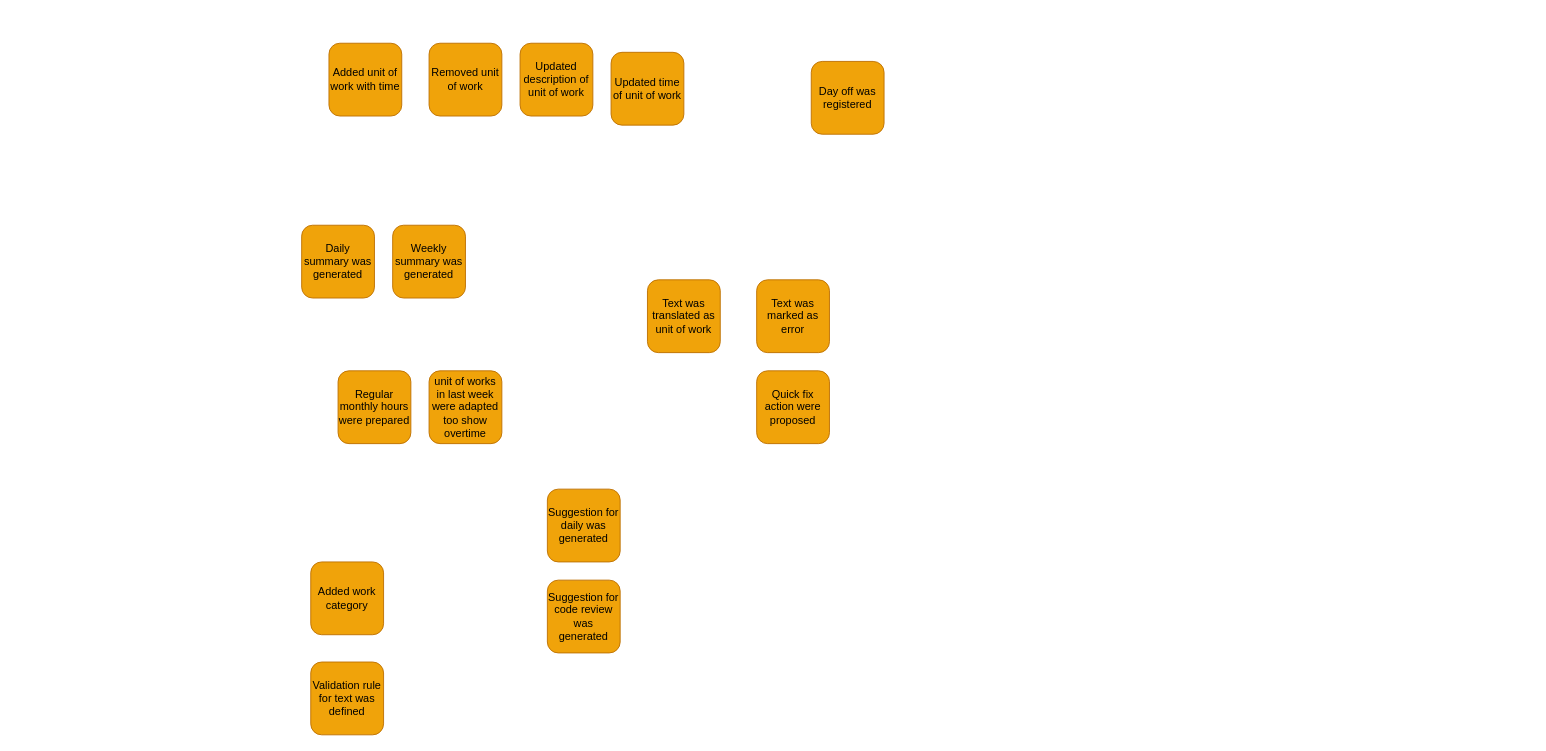
Above: events.drawio in jborkows/tsf-lsp (draw.io), before the change. Source tidied: cells renumbered, new cells numbered last; positions are measured from the earlier drawing's top-left corner, leaving out a move shared by most shapes. Both pictures are drawn from the tidied source at 91%, with x=0, y=0 at pixel (301, 43).
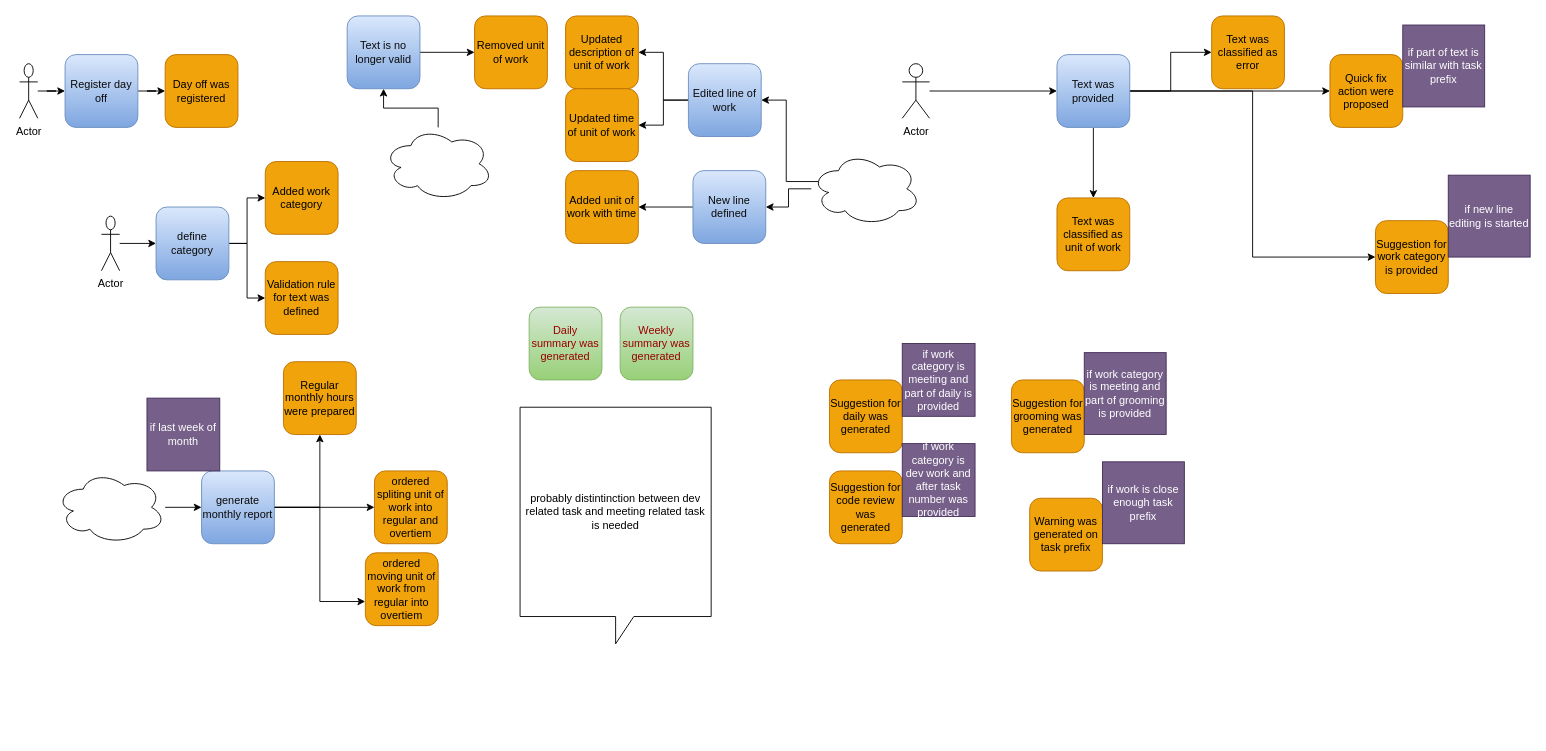
The same page after the edit.

Commit message:
add commands and views

Diff of the diagram source:
```diff
@@
     <mxCell id="2" value="Added work category" style="whiteSpace=wrap;html=1;fillColor=#f0a30a;fontColor=#000000;strokeColor=#BD7000;rounded=1;" parent="1" vertex="1">
-      <mxGeometry x="10" y="570" width="80" height="80" as="geometry" />
+      <mxGeometry x="-40" y="130" width="80" height="80" as="geometry" />
     </mxCell>
     <mxCell id="3" value="Added unit of work with time" style="whiteSpace=wrap;html=1;fillColor=#f0a30a;fontColor=#000000;strokeColor=#BD7000;rounded=1;" parent="1" vertex="1">
-      <mxGeometry x="30" width="80" height="80" as="geometry" />
+      <mxGeometry x="290" y="140" width="80" height="80" as="geometry" />
     </mxCell>
     <mxCell id="4" value="Removed unit of work" style="whiteSpace=wrap;html=1;fillColor=#f0a30a;fontColor=#000000;strokeColor=#BD7000;rounded=1;" parent="1" vertex="1">
-      <mxGeometry x="140" width="80" height="80" as="geometry" />
+      <mxGeometry x="190" y="-30" width="80" height="80" as="geometry" />
     </mxCell>
     <mxCell id="5" value="Updated description of unit of work" style="whiteSpace=wrap;html=1;fillColor=#f0a30a;fontColor=#000000;strokeColor=#BD7000;rounded=1;" parent="1" vertex="1">
-      <mxGeometry x="240" width="80" height="80" as="geometry" />
+      <mxGeometry x="290" y="-30" width="80" height="80" as="geometry" />
     </mxCell>
     <mxCell id="6" value="Updated time of unit of work" style="whiteSpace=wrap;html=1;fillColor=#f0a30a;fontColor=#000000;strokeColor=#BD7000;rounded=1;" parent="1" vertex="1">
-      <mxGeometry x="340" y="10" width="80" height="80" as="geometry" />
+      <mxGeometry x="290" y="50" width="80" height="80" as="geometry" />
     </mxCell>
-    <mxCell id="7" value="Daily summary was generated" style="whiteSpace=wrap;html=1;fillColor=#f0a30a;fontColor=#000000;strokeColor=#BD7000;rounded=1;" parent="1" vertex="1">
-      <mxGeometry y="200" width="80" height="80" as="geometry" />
+    <mxCell id="7" value="Daily summary was generated" style="whiteSpace=wrap;html=1;fillColor=#d5e8d4;strokeColor=#82b366;rounded=1;labelBackgroundColor=none;gradientColor=#97d077;fontColor=#990000;" parent="1" vertex="1">
+      <mxGeometry x="250" y="290" width="80" height="80" as="geometry" />
     </mxCell>
-    <mxCell id="8" value="Weekly summary was generated" style="whiteSpace=wrap;html=1;fillColor=#f0a30a;fontColor=#000000;strokeColor=#BD7000;rounded=1;" parent="1" vertex="1">
-      <mxGeometry x="100" y="200" width="80" height="80" as="geometry" />
+    <mxCell id="8" value="Weekly summary was generated" style="whiteSpace=wrap;html=1;fillColor=#d5e8d4;strokeColor=#82b366;rounded=1;gradientColor=#97d077;fontColor=#990000;" parent="1" vertex="1">
+      <mxGeometry x="350" y="290" width="80" height="80" as="geometry" />
     </mxCell>
     <mxCell id="9" value="Day off was registered" style="whiteSpace=wrap;html=1;fillColor=#f0a30a;fontColor=#000000;strokeColor=#BD7000;rounded=1;" parent="1" vertex="1">
-      <mxGeometry x="560" y="20" width="80" height="80" as="geometry" />
+      <mxGeometry x="-150" y="12.5" width="80" height="80" as="geometry" />
     </mxCell>
-    <mxCell id="10" value="Text was translated&lt;span style=&quot;background-color: initial;&quot;&gt;&amp;nbsp;as unit of work&lt;/span&gt;" style="whiteSpace=wrap;html=1;fillColor=#f0a30a;fontColor=#000000;strokeColor=#BD7000;rounded=1;" parent="1" vertex="1">
-      <mxGeometry x="380" y="260" width="80" height="80" as="geometry" />
+    <mxCell id="10" value="Text was classified&lt;span style=&quot;background-color: initial;&quot;&gt;&amp;nbsp;as unit of work&lt;/span&gt;" style="whiteSpace=wrap;html=1;fillColor=#f0a30a;fontColor=#000000;strokeColor=#BD7000;rounded=1;" parent="1" vertex="1">
+      <mxGeometry x="830" y="170" width="80" height="80" as="geometry" />
     </mxCell>
-    <mxCell id="11" value="Text was marked as error" style="whiteSpace=wrap;html=1;fillColor=#f0a30a;fontColor=#000000;strokeColor=#BD7000;rounded=1;" parent="1" vertex="1">
-      <mxGeometry x="500" y="260" width="80" height="80" as="geometry" />
+    <mxCell id="11" value="Text was classified as error" style="whiteSpace=wrap;html=1;fillColor=#f0a30a;fontColor=#000000;strokeColor=#BD7000;rounded=1;" parent="1" vertex="1">
+      <mxGeometry x="1000" y="-30" width="80" height="80" as="geometry" />
     </mxCell>
     <mxCell id="12" value="Quick fix action were proposed" style="whiteSpace=wrap;html=1;fillColor=#f0a30a;fontColor=#000000;strokeColor=#BD7000;rounded=1;" parent="1" vertex="1">
-      <mxGeometry x="500" y="360" width="80" height="80" as="geometry" />
+      <mxGeometry x="1130" y="12.5" width="80" height="80" as="geometry" />
     </mxCell>
     <mxCell id="13" value="Regular monthly hours were prepared" style="whiteSpace=wrap;html=1;fillColor=#f0a30a;fontColor=#000000;strokeColor=#BD7000;rounded=1;" parent="1" vertex="1">
-      <mxGeometry x="40" y="360" width="80" height="80" as="geometry" />
+      <mxGeometry x="-20" y="350" width="80" height="80" as="geometry" />
     </mxCell>
-    <mxCell id="14" value="unit of works in last week were adapted too show overtime" style="whiteSpace=wrap;html=1;fillColor=#f0a30a;fontColor=#000000;strokeColor=#BD7000;rounded=1;" parent="1" vertex="1">
-      <mxGeometry x="140" y="360" width="80" height="80" as="geometry" />
+    <mxCell id="14" value="ordered spliting unit of work into regular and overtiem" style="whiteSpace=wrap;html=1;fillColor=#f0a30a;fontColor=#000000;strokeColor=#BD7000;rounded=1;" parent="1" vertex="1">
+      <mxGeometry x="80" y="470" width="80" height="80" as="geometry" />
     </mxCell>
     <mxCell id="15" value="Validation rule for text was defined" style="whiteSpace=wrap;html=1;fillColor=#f0a30a;fontColor=#000000;strokeColor=#BD7000;rounded=1;" parent="1" vertex="1">
-      <mxGeometry x="10" y="680" width="80" height="80" as="geometry" />
+      <mxGeometry x="-40" y="240" width="80" height="80" as="geometry" />
     </mxCell>
     <mxCell id="16" value="Suggestion for daily was generated" style="whiteSpace=wrap;html=1;fillColor=#f0a30a;fontColor=#000000;strokeColor=#BD7000;rounded=1;" parent="1" vertex="1">
-      <mxGeometry x="270" y="490" width="80" height="80" as="geometry" />
+      <mxGeometry x="580" y="370" width="80" height="80" as="geometry" />
     </mxCell>
     <mxCell id="17" value="Suggestion for code review was generated" style="whiteSpace=wrap;html=1;fillColor=#f0a30a;fontColor=#000000;strokeColor=#BD7000;rounded=1;" parent="1" vertex="1">
-      <mxGeometry x="270" y="590" width="80" height="80" as="geometry" />
+      <mxGeometry x="580" y="470" width="80" height="80" as="geometry" />
     </mxCell>
+    <mxCell id="18" value="if work category is meeting and part of daily is provided" style="whiteSpace=wrap;html=1;fillColor=#76608a;fontColor=#ffffff;strokeColor=#432D57;" parent="1" vertex="1">
+      <mxGeometry x="660" y="330" width="80" height="80" as="geometry" />
+    </mxCell>
+    <mxCell id="19" value="Suggestion for grooming was generated" style="whiteSpace=wrap;html=1;fillColor=#f0a30a;fontColor=#000000;strokeColor=#BD7000;rounded=1;" parent="1" vertex="1">
+      <mxGeometry x="780" y="370" width="80" height="80" as="geometry" />
+    </mxCell>
+    <mxCell id="20" value="if work category is meeting and part of grooming is provided" style="whiteSpace=wrap;html=1;fillColor=#76608a;fontColor=#ffffff;strokeColor=#432D57;" parent="1" vertex="1">
+      <mxGeometry x="860" y="340" width="90" height="90" as="geometry" />
+    </mxCell>
+    <mxCell id="21" value="Suggestion for work category is provided" style="whiteSpace=wrap;html=1;fillColor=#f0a30a;fontColor=#000000;strokeColor=#BD7000;rounded=1;" parent="1" vertex="1">
+      <mxGeometry x="1180" y="195" width="80" height="80" as="geometry" />
+    </mxCell>
+    <mxCell id="22" value="if new line editing is started" style="whiteSpace=wrap;html=1;fillColor=#76608a;fontColor=#ffffff;strokeColor=#432D57;" parent="1" vertex="1">
+      <mxGeometry x="1260" y="145" width="90" height="90" as="geometry" />
+    </mxCell>
+    <mxCell id="23" value="if work category is dev work and after task number was provided" style="whiteSpace=wrap;html=1;fillColor=#76608a;fontColor=#ffffff;strokeColor=#432D57;" parent="1" vertex="1">
+      <mxGeometry x="660" y="440" width="80" height="80" as="geometry" />
+    </mxCell>
+    <mxCell id="24" value="if part of text is similar with task prefix" style="whiteSpace=wrap;html=1;fillColor=#76608a;fontColor=#ffffff;strokeColor=#432D57;" parent="1" vertex="1">
+      <mxGeometry x="1210" y="-20" width="90" height="90" as="geometry" />
+    </mxCell>
+    <mxCell id="25" style="edgeStyle=orthogonalEdgeStyle;rounded=0;jettySize=auto;html=1;entryX=0.5;entryY=0;entryDx=0;entryDy=0;" parent="1" edge="1" source="29" target="10">
+      <mxGeometry relative="1" as="geometry" />
+    </mxCell>
+    <mxCell id="26" style="edgeStyle=orthogonalEdgeStyle;rounded=0;jettySize=auto;html=1;entryX=0;entryY=0.5;entryDx=0;entryDy=0;" parent="1" edge="1" source="29" target="12">
+      <mxGeometry relative="1" as="geometry" />
+    </mxCell>
+    <mxCell id="27" style="edgeStyle=orthogonalEdgeStyle;rounded=0;jettySize=auto;html=1;entryX=0;entryY=0.5;entryDx=0;entryDy=0;" parent="1" edge="1" source="29" target="11">
+      <mxGeometry relative="1" as="geometry" />
+    </mxCell>
+    <mxCell id="28" style="edgeStyle=orthogonalEdgeStyle;rounded=0;jettySize=auto;html=1;entryX=0;entryY=0.5;entryDx=0;entryDy=0;" parent="1" edge="1" source="29" target="21">
+      <mxGeometry relative="1" as="geometry" />
+    </mxCell>
+    <mxCell id="29" value="Text was provided" style="whiteSpace=wrap;html=1;fillColor=#dae8fc;strokeColor=#6c8ebf;rounded=1;gradientColor=#7ea6e0;fontColor=#0A0A0A;" parent="1" vertex="1">
+      <mxGeometry x="830" y="12.5" width="80" height="80" as="geometry" />
+    </mxCell>
+    <mxCell id="30" style="edgeStyle=orthogonalEdgeStyle;rounded=0;jettySize=auto;html=1;" parent="1" edge="1" source="31" target="29">
+      <mxGeometry relative="1" as="geometry" />
+    </mxCell>
+    <mxCell id="31" value="Actor" style="shape=umlActor;verticalLabelPosition=bottom;verticalAlign=top;html=1;outlineConnect=0;" parent="1" vertex="1">
+      <mxGeometry x="660" y="22.5" width="30" height="60" as="geometry" />
+    </mxCell>
+    <mxCell id="32" style="edgeStyle=orthogonalEdgeStyle;rounded=0;jettySize=auto;html=1;entryX=0;entryY=0.5;entryDx=0;entryDy=0;" parent="1" edge="1" source="33" target="4">
+      <mxGeometry relative="1" as="geometry" />
+    </mxCell>
+    <mxCell id="33" value="Text is no longer valid" style="whiteSpace=wrap;html=1;fillColor=#dae8fc;strokeColor=#6c8ebf;rounded=1;gradientColor=#7ea6e0;fontColor=#0A0A0A;" parent="1" vertex="1">
+      <mxGeometry x="50" y="-30" width="80" height="80" as="geometry" />
+    </mxCell>
+    <mxCell id="34" style="edgeStyle=orthogonalEdgeStyle;rounded=0;jettySize=auto;html=1;entryX=1;entryY=0.5;entryDx=0;entryDy=0;" parent="1" edge="1" source="35" target="3">
+      <mxGeometry relative="1" as="geometry" />
+    </mxCell>
+    <mxCell id="35" value="New line defined" style="whiteSpace=wrap;html=1;fillColor=#dae8fc;strokeColor=#6c8ebf;rounded=1;gradientColor=#7ea6e0;fontColor=#0A0A0A;" parent="1" vertex="1">
+      <mxGeometry x="430" y="140" width="80" height="80" as="geometry" />
+    </mxCell>
+    <mxCell id="36" style="edgeStyle=orthogonalEdgeStyle;rounded=0;jettySize=auto;html=1;entryX=1;entryY=0.5;entryDx=0;entryDy=0;" parent="1" edge="1" source="38" target="6">
+      <mxGeometry relative="1" as="geometry" />
+    </mxCell>
+    <mxCell id="37" style="edgeStyle=orthogonalEdgeStyle;rounded=0;jettySize=auto;html=1;" parent="1" edge="1" source="38" target="5">
+      <mxGeometry relative="1" as="geometry" />
+    </mxCell>
+    <mxCell id="38" value="Edited line of work" style="whiteSpace=wrap;html=1;fillColor=#dae8fc;strokeColor=#6c8ebf;rounded=1;gradientColor=#7ea6e0;fontColor=#0A0A0A;" parent="1" vertex="1">
+      <mxGeometry x="425" y="22.5" width="80" height="80" as="geometry" />
+    </mxCell>
+    <mxCell id="39" style="edgeStyle=orthogonalEdgeStyle;rounded=0;jettySize=auto;html=1;" parent="1" edge="1" source="40" target="42">
+      <mxGeometry relative="1" as="geometry" />
+    </mxCell>
+    <mxCell id="40" value="Actor" style="shape=umlActor;verticalLabelPosition=bottom;verticalAlign=top;html=1;outlineConnect=0;" parent="1" vertex="1">
+      <mxGeometry x="-310" y="22.5" width="20" height="60" as="geometry" />
+    </mxCell>
+    <mxCell id="41" style="edgeStyle=orthogonalEdgeStyle;rounded=0;jettySize=auto;html=1;" parent="1" edge="1" source="42" target="9">
+      <mxGeometry relative="1" as="geometry" />
+    </mxCell>
+    <mxCell id="42" value="Register day off" style="whiteSpace=wrap;html=1;fillColor=#dae8fc;strokeColor=#6c8ebf;rounded=1;gradientColor=#7ea6e0;fontColor=#0A0A0A;" parent="1" vertex="1">
+      <mxGeometry x="-260" y="12.5" width="80" height="80" as="geometry" />
+    </mxCell>
+    <mxCell id="43" style="edgeStyle=orthogonalEdgeStyle;rounded=0;jettySize=auto;html=1;" parent="1" edge="1" source="44" target="47">
+      <mxGeometry relative="1" as="geometry" />
+    </mxCell>
+    <mxCell id="44" value="Actor" style="shape=umlActor;verticalLabelPosition=bottom;verticalAlign=top;html=1;outlineConnect=0;" parent="1" vertex="1">
+      <mxGeometry x="-220" y="190" width="20" height="60" as="geometry" />
+    </mxCell>
+    <mxCell id="45" style="edgeStyle=orthogonalEdgeStyle;rounded=0;jettySize=auto;html=1;entryX=0;entryY=0.5;entryDx=0;entryDy=0;" parent="1" edge="1" source="47" target="2">
+      <mxGeometry relative="1" as="geometry" />
+    </mxCell>
+    <mxCell id="46" style="edgeStyle=orthogonalEdgeStyle;rounded=0;jettySize=auto;html=1;exitX=1;exitY=0.5;exitDx=0;exitDy=0;entryX=0;entryY=0.5;entryDx=0;entryDy=0;" parent="1" edge="1" source="47" target="15">
+      <mxGeometry relative="1" as="geometry" />
+    </mxCell>
+    <mxCell id="47" value="define category" style="whiteSpace=wrap;html=1;fillColor=#dae8fc;strokeColor=#6c8ebf;rounded=1;gradientColor=#7ea6e0;fontColor=#0A0A0A;" parent="1" vertex="1">
+      <mxGeometry x="-160" y="180" width="80" height="80" as="geometry" />
+    </mxCell>
+    <mxCell id="48" style="edgeStyle=orthogonalEdgeStyle;rounded=0;jettySize=auto;html=1;entryX=1;entryY=0.5;entryDx=0;entryDy=0;" parent="1" edge="1" source="50" target="35">
+      <mxGeometry relative="1" as="geometry" />
+    </mxCell>
+    <mxCell id="49" style="edgeStyle=orthogonalEdgeStyle;rounded=0;jettySize=auto;html=1;exitX=0.07;exitY=0.4;exitDx=0;exitDy=0;exitPerimeter=0;entryX=1;entryY=0.5;entryDx=0;entryDy=0;" parent="1" edge="1" source="50" target="38">
+      <mxGeometry relative="1" as="geometry" />
+    </mxCell>
+    <mxCell id="50" style="ellipse;shape=cloud;whiteSpace=wrap;html=1;" parent="1" vertex="1">
+      <mxGeometry x="560" y="120" width="120" height="80" as="geometry" />
+    </mxCell>
+    <mxCell id="51" style="edgeStyle=orthogonalEdgeStyle;rounded=0;jettySize=auto;html=1;" parent="1" edge="1" source="52" target="33">
+      <mxGeometry relative="1" as="geometry" />
+    </mxCell>
+    <mxCell id="52" style="ellipse;shape=cloud;whiteSpace=wrap;html=1;" parent="1" vertex="1">
+      <mxGeometry x="90" y="92.5" width="120" height="80" as="geometry" />
+    </mxCell>
+    <mxCell id="53" style="edgeStyle=orthogonalEdgeStyle;rounded=0;jettySize=auto;html=1;" parent="1" edge="1" source="54" target="58">
+      <mxGeometry relative="1" as="geometry" />
+    </mxCell>
+    <mxCell id="54" style="ellipse;shape=cloud;whiteSpace=wrap;html=1;" parent="1" vertex="1">
+      <mxGeometry x="-270" y="470" width="120" height="80" as="geometry" />
+    </mxCell>
+    <mxCell id="55" value="ordered moving unit of work from regular into overtiem" style="whiteSpace=wrap;html=1;fillColor=#f0a30a;fontColor=#000000;strokeColor=#BD7000;rounded=1;" parent="1" vertex="1">
+      <mxGeometry x="70" y="560" width="80" height="80" as="geometry" />
+    </mxCell>
+    <mxCell id="56" style="edgeStyle=orthogonalEdgeStyle;rounded=0;jettySize=auto;html=1;" parent="1" edge="1" source="58" target="13">
+      <mxGeometry relative="1" as="geometry" />
+    </mxCell>
+    <mxCell id="57" style="edgeStyle=orthogonalEdgeStyle;rounded=0;jettySize=auto;html=1;" parent="1" edge="1" source="58" target="14">
+      <mxGeometry relative="1" as="geometry" />
+    </mxCell>
+    <mxCell id="58" value="generate monthly report" style="whiteSpace=wrap;html=1;fillColor=#dae8fc;strokeColor=#6c8ebf;rounded=1;gradientColor=#7ea6e0;fontColor=#0A0A0A;" parent="1" vertex="1">
+      <mxGeometry x="-110" y="470" width="80" height="80" as="geometry" />
+    </mxCell>
+    <mxCell id="59" style="edgeStyle=orthogonalEdgeStyle;rounded=0;jettySize=auto;html=1;entryX=-0.002;entryY=0.669;entryDx=0;entryDy=0;entryPerimeter=0;" parent="1" edge="1" source="58" target="55">
+      <mxGeometry relative="1" as="geometry" />
+    </mxCell>
+    <mxCell id="60" value="if last week of month" style="whiteSpace=wrap;html=1;fillColor=#76608a;fontColor=#ffffff;strokeColor=#432D57;" parent="1" vertex="1">
+      <mxGeometry x="-170" y="390" width="80" height="80" as="geometry" />
+    </mxCell>
+    <mxCell id="61" value="Warning was generated on task prefix" style="whiteSpace=wrap;html=1;fillColor=#f0a30a;fontColor=#000000;strokeColor=#BD7000;rounded=1;" parent="1" vertex="1">
+      <mxGeometry x="800" y="500" width="80" height="80" as="geometry" />
+    </mxCell>
+    <mxCell id="62" value="if work is close enough task prefix" style="whiteSpace=wrap;html=1;fillColor=#76608a;fontColor=#ffffff;strokeColor=#432D57;" parent="1" vertex="1">
+      <mxGeometry x="880" y="460" width="90" height="90" as="geometry" />
+    </mxCell>
+    <mxCell id="63" value="probably distintinction between dev related task and meeting related task is needed" style="shape=callout;whiteSpace=wrap;html=1;perimeter=calloutPerimeter;" parent="1" vertex="1">
+      <mxGeometry x="240" y="400" width="210" height="260" as="geometry" />
+    </mxCell>
```
